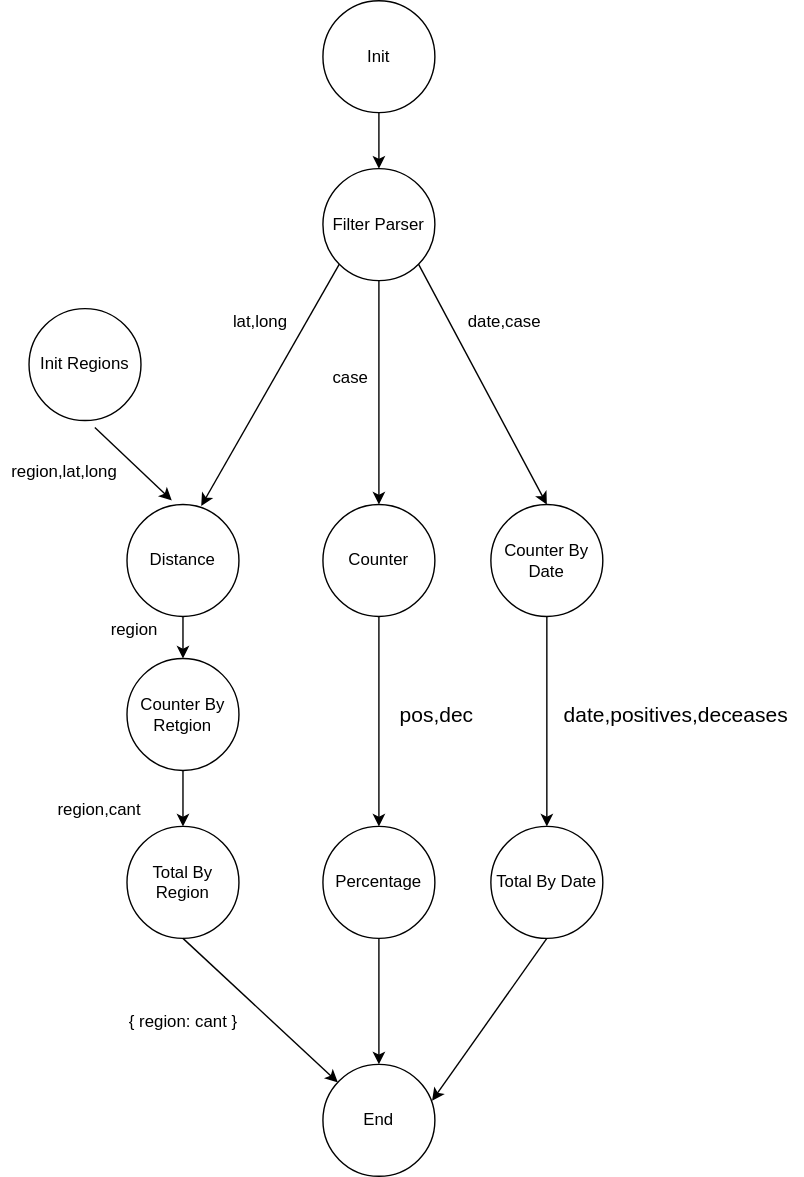
Above: images/dag.svg in rinaldia92/distribuidos-tp2 (draw.io), before the change. Source tidied: cells renumbered, new cells last; positions are measured from the earlier drawing's top-left corner, leaving out a move shared by most shapes.
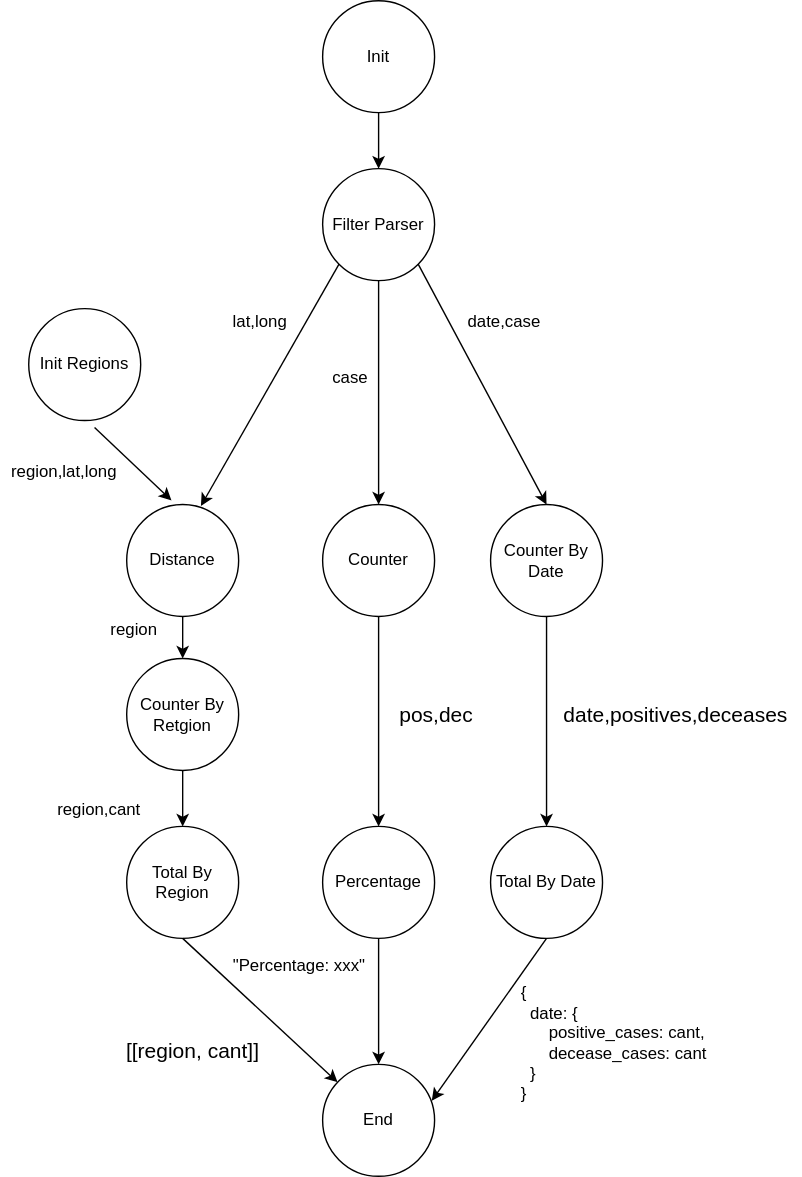
The same file after the commit.

Change to the diagram source:
```diff
@@ -89,14 +89,20 @@
     <mxCell id="30" value="region,cant" style="text;html=1;align=center;verticalAlign=middle;" parent="1" vertex="1">
       <mxGeometry x="35" y="568" width="70" height="20" as="geometry" />
     </mxCell>
-    <mxCell id="31" value="{ region: cant }" style="text;html=1;align=center;verticalAlign=middle;" parent="1" vertex="1">
-      <mxGeometry x="85" y="720" width="90" height="20" as="geometry" />
+    <mxCell id="31" value="&lt;div style=&quot;text-align: left&quot;&gt;&lt;/div&gt;&lt;font style=&quot;font-size: 15px&quot;&gt;date,positives,deceases&lt;br&gt;&lt;/font&gt;" style="text;html=1;align=center;verticalAlign=middle;" parent="1" vertex="1">
+      <mxGeometry x="392" y="500" width="180" height="20" as="geometry" />
     </mxCell>
-    <mxCell id="32" value="&lt;div style=&quot;text-align: left&quot;&gt;&lt;/div&gt;&lt;font style=&quot;font-size: 15px&quot;&gt;date,positives,deceases&lt;br&gt;&lt;/font&gt;" style="text;html=1;align=center;verticalAlign=middle;" parent="1" vertex="1">
-      <mxGeometry x="392" y="500" width="180" height="20" as="geometry" />
+    <mxCell id="32" value="&lt;span style=&quot;font-size: 15px&quot;&gt;pos,dec&lt;/span&gt;" style="text;html=1;align=center;verticalAlign=middle;" parent="1" vertex="1">
+      <mxGeometry x="276" y="500" width="70" height="20" as="geometry" />
     </mxCell>
-    <mxCell id="33" value="&lt;span style=&quot;font-size: 15px&quot;&gt;pos,dec&lt;/span&gt;" style="text;html=1;align=center;verticalAlign=middle;" parent="1" vertex="1">
-      <mxGeometry x="276" y="500" width="70" height="20" as="geometry" />
+    <mxCell id="33" value="{&lt;br&gt;&amp;nbsp; date: {&lt;br&gt;&lt;div&gt;&lt;span&gt;&amp;nbsp; &amp;nbsp; &amp;nbsp; positive_cases: cant,&lt;/span&gt;&lt;/div&gt;&lt;div&gt;&lt;span&gt;&amp;nbsp; &amp;nbsp; &amp;nbsp; decease_cases: cant&lt;/span&gt;&lt;/div&gt;&lt;div&gt;&lt;span&gt;&amp;nbsp; }&lt;/span&gt;&lt;/div&gt;&lt;div&gt;&lt;span&gt;}&lt;/span&gt;&lt;/div&gt;" style="text;html=1;align=left;verticalAlign=middle;" parent="1" vertex="1">
+      <mxGeometry x="370" y="700" width="150" height="90" as="geometry" />
     </mxCell>
+    <mxCell id="34" value="&quot;Percentage: xxx&quot;" style="text;html=1;align=center;verticalAlign=middle;" parent="1" vertex="1">
+      <mxGeometry x="157.5" y="680" width="110" height="20" as="geometry" />
+    </mxCell>
+    <mxCell id="35" value="&lt;span style=&quot;font-size: 15px&quot;&gt;[[region, cant]]&lt;/span&gt;" style="text;html=1;align=center;verticalAlign=middle;" parent="1" vertex="1">
+      <mxGeometry x="82" y="740" width="110" height="20" as="geometry" />
+    </mxCell>
   </root>
 </mxGraphModel>
```
